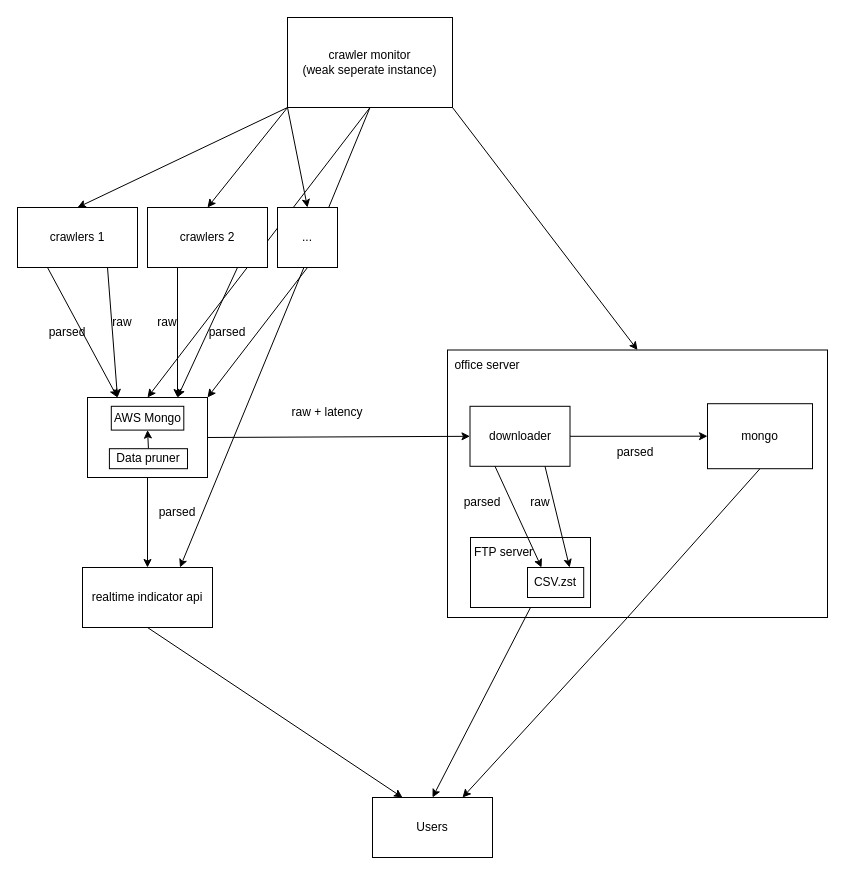
beckerinj/dio keeps this draw.io diagram as data_collection/overview2.dio. Above is the earlier version. Source tidied: cells renumbered, new cells numbered last; positions are measured from the earlier drawing's top-left corner, leaving out a move shared by most shapes. Both pictures are drawn from the tidied source at 100%, with x=0, y=0 at pixel (17, 17).
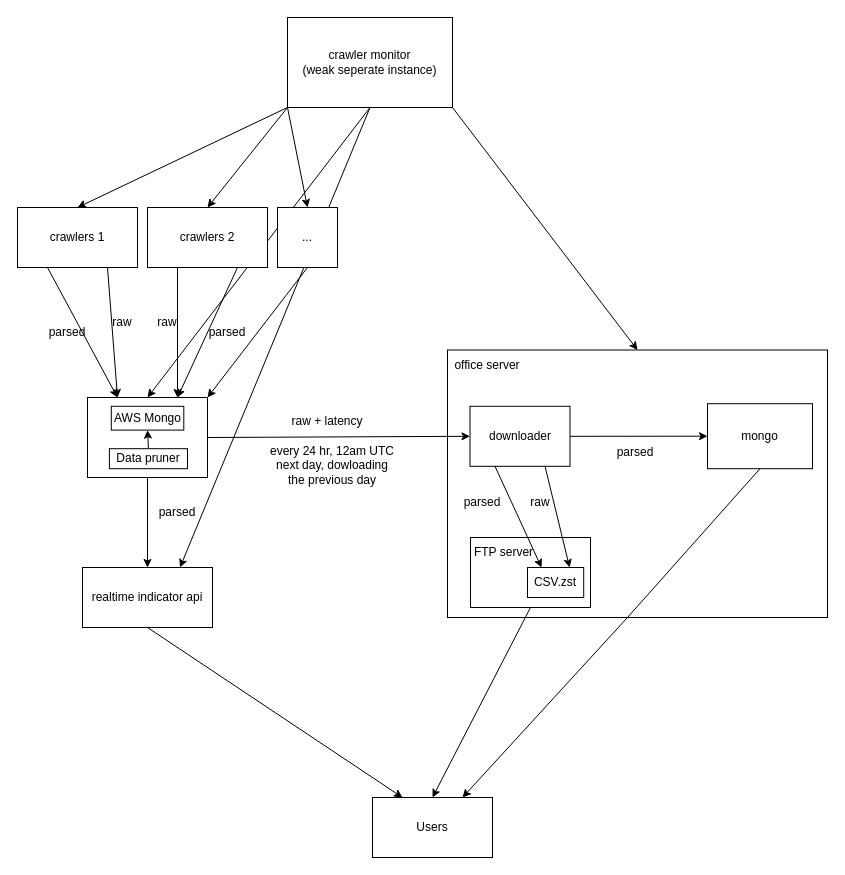
The same diagram, later.

Commit message:
description of download

Change to the diagram source:
```diff
@@
     <mxCell id="18" value="raw + latency" style="text;html=1;strokeColor=none;fillColor=none;align=center;verticalAlign=middle;whiteSpace=wrap;rounded=0;" parent="1" vertex="1">
-      <mxGeometry x="265" y="380" width="90" height="30" as="geometry" />
+      <mxGeometry x="265" y="388.8" width="90" height="30" as="geometry" />
     </mxCell>
@@
+    <mxCell id="47" value="every 24 hr, 12am UTC next day, dowloading the previous day" style="text;html=1;strokeColor=none;fillColor=none;align=center;verticalAlign=middle;whiteSpace=wrap;rounded=0;" parent="1" vertex="1">
+      <mxGeometry x="250" y="412.5" width="130" height="70" as="geometry" />
+    </mxCell>
```
